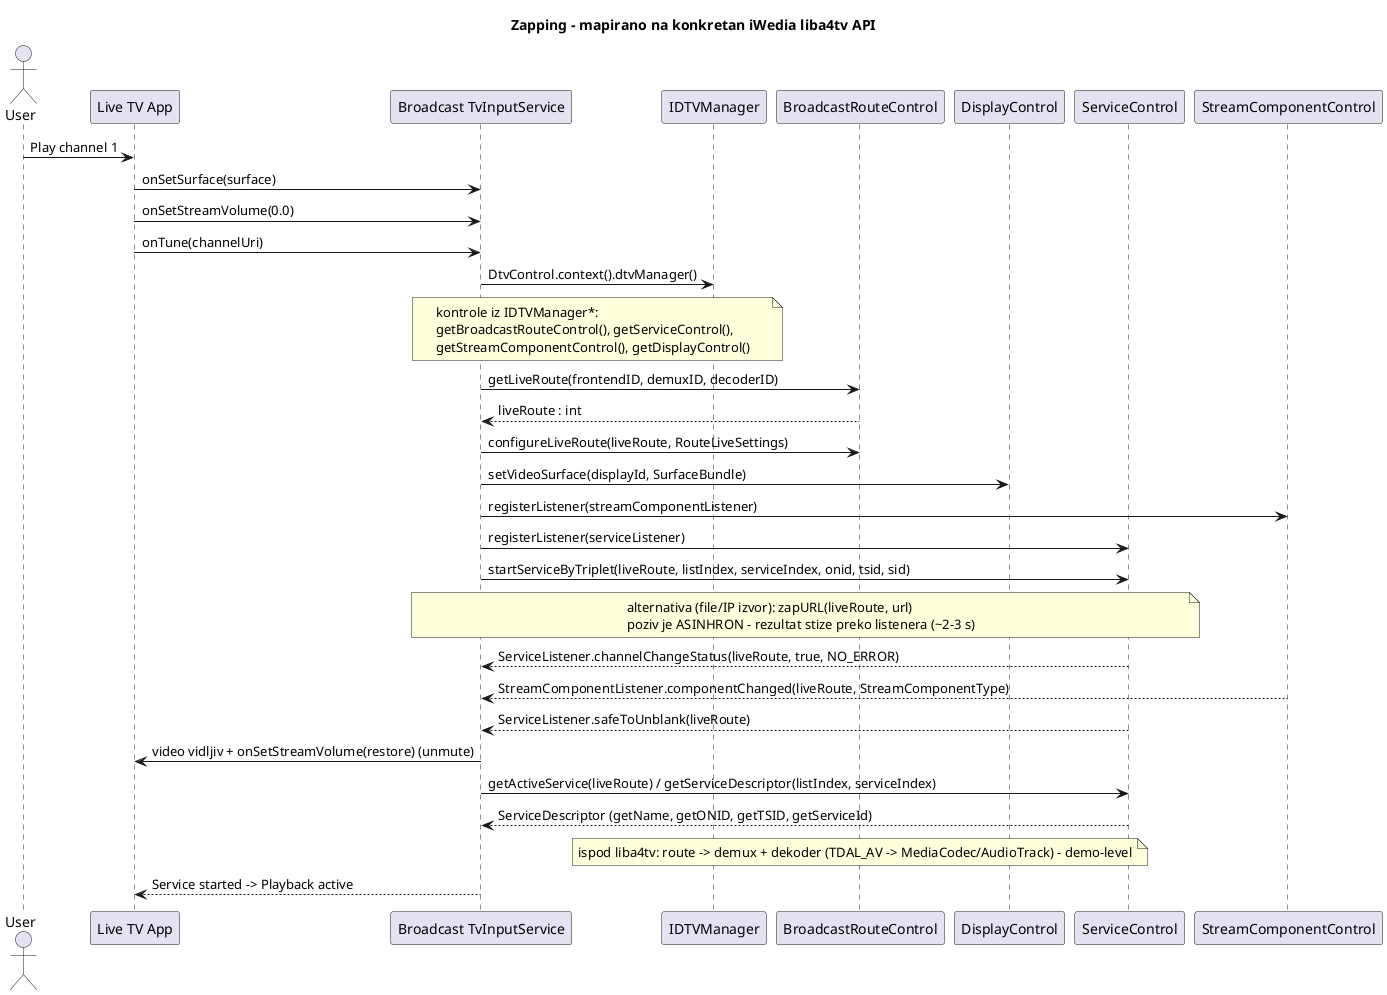
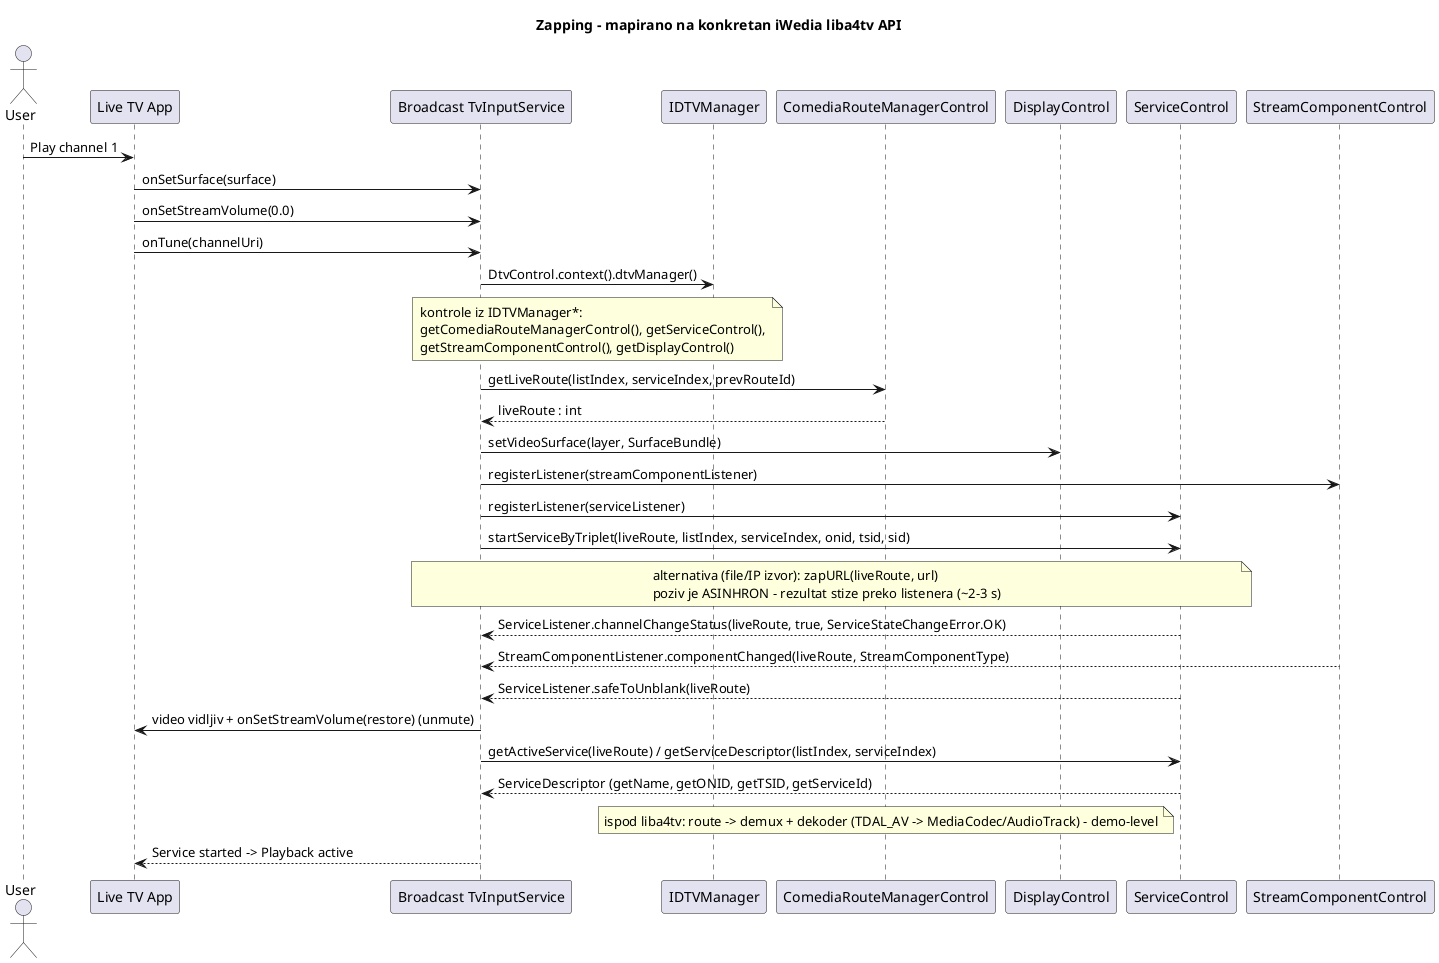
@startuml sequence_zapping_liba4tv
title Zapping - mapirano na konkretan iWedia liba4tv API
' * akcesori getXxxControl() su na IDTVManager (interfejs nije zaseban u ovom javadoc subset-u) - potvrditi.
' TIS implementira ServiceListener i StreamComponentListener; callback-ovi = isprekidane strelice ka TIS.

actor User
participant "Live TV App" as App
participant "Broadcast TvInputService" as TIS
participant "IDTVManager" as MGR
- participant "BroadcastRouteControl" as ROUTE
+ participant "ComediaRouteManagerControl" as ROUTE
participant "DisplayControl" as DISP
participant "ServiceControl" as SVC
participant "StreamComponentControl" as SC

User -> App : Play channel 1
App -> TIS : onSetSurface(surface)
App -> TIS : onSetStreamVolume(0.0)
App -> TIS : onTune(channelUri)
TIS -> MGR : DtvControl.context().dtvManager()
- note over TIS,MGR : kontrole iz IDTVManager*:\ngetBroadcastRouteControl(), getServiceControl(),\ngetStreamComponentControl(), getDisplayControl()
- TIS -> ROUTE : getLiveRoute(frontendID, demuxID, decoderID)
+ note over TIS,MGR : kontrole iz IDTVManager*:\ngetComediaRouteManagerControl(), getServiceControl(),\ngetStreamComponentControl(), getDisplayControl()
+ TIS -> ROUTE : getLiveRoute(listIndex, serviceIndex, prevRouteId)
ROUTE --> TIS : liveRoute : int
- TIS -> ROUTE : configureLiveRoute(liveRoute, RouteLiveSettings)
- TIS -> DISP : setVideoSurface(displayId, SurfaceBundle)
+ TIS -> DISP : setVideoSurface(layer, SurfaceBundle)
TIS -> SC : registerListener(streamComponentListener)
TIS -> SVC : registerListener(serviceListener)
TIS -> SVC : startServiceByTriplet(liveRoute, listIndex, serviceIndex, onid, tsid, sid)
note over TIS,SVC : alternativa (file/IP izvor): zapURL(liveRoute, url)\npoziv je ASINHRON - rezultat stize preko listenera (~2-3 s)

- SVC --> TIS : ServiceListener.channelChangeStatus(liveRoute, true, NO_ERROR)
+ SVC --> TIS : ServiceListener.channelChangeStatus(liveRoute, true, ServiceStateChangeError.OK)
SC --> TIS : StreamComponentListener.componentChanged(liveRoute, StreamComponentType)
SVC --> TIS : ServiceListener.safeToUnblank(liveRoute)
TIS -> App : video vidljiv + onSetStreamVolume(restore) (unmute)
TIS -> SVC : getActiveService(liveRoute) / getServiceDescriptor(listIndex, serviceIndex)
SVC --> TIS : ServiceDescriptor (getName, getONID, getTSID, getServiceId)
note over ROUTE : ispod liba4tv: route -> demux + dekoder (TDAL_AV -> MediaCodec/AudioTrack) - demo-level
TIS --> App : Service started -> Playback active
@enduml
